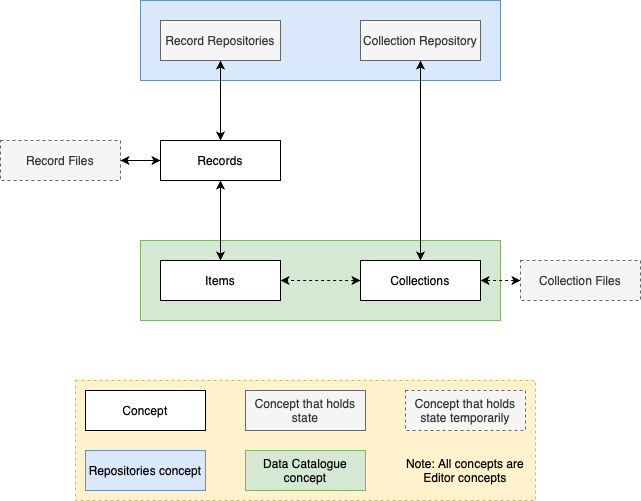
antarctica/lantern keeps this draw.io diagram as docs/assets/diagrams/concepts.png. Above is the earlier version. Source tidied: cells renumbered, new cells last; positions are measured from the earlier drawing's top-left corner, leaving out a move shared by most shapes.
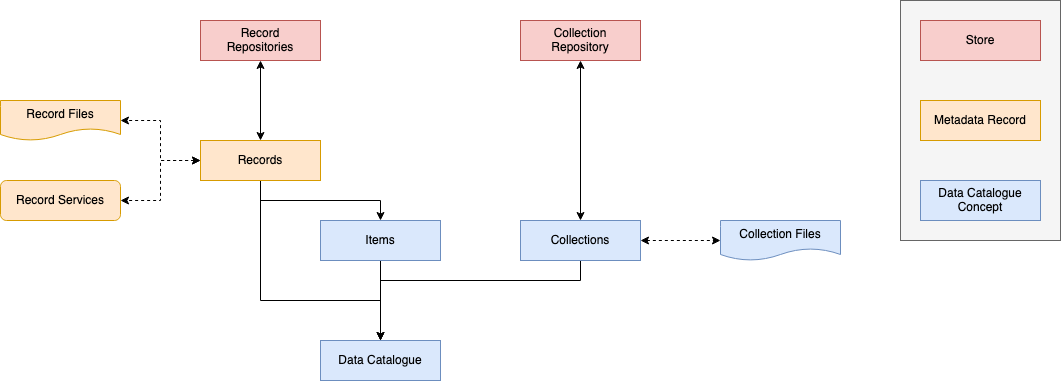
Above is the later version.

The edit, as a diff of the source:
```diff
@@ -2,71 +2,81 @@
   <root>
     <mxCell id="0" />
     <mxCell id="1" parent="0" />
-    <mxCell id="2" style="rounded=0;whiteSpace=wrap;html=1;dashed=1;strokeWidth=1;fillColor=#fff2cc;fontSize=18;align=left;strokeColor=#d6b656;" parent="1" vertex="1">
-      <mxGeometry x="75" y="380" width="460" height="120" as="geometry" />
-    </mxCell>
-    <mxCell id="3" style="rounded=0;whiteSpace=wrap;html=1;fillColor=#dae8fc;strokeColor=#6c8ebf;" parent="1" vertex="1">
-      <mxGeometry x="140" width="360" height="80" as="geometry" />
-    </mxCell>
-    <mxCell id="4" style="rounded=0;whiteSpace=wrap;html=1;fillColor=#d5e8d4;strokeColor=#82b366;" parent="1" vertex="1">
-      <mxGeometry x="140" y="240" width="360" height="80" as="geometry" />
-    </mxCell>
+    <mxCell id="24" style="rounded=0;whiteSpace=wrap;html=1;fillColor=#f5f5f5;fontColor=#333333;strokeColor=#666666;" parent="1" vertex="1">
+      <mxGeometry x="860" y="-560" width="160" height="240" as="geometry" />
+    </mxCell>
+    <mxCell id="25" style="edgeStyle=orthogonalEdgeStyle;rounded=0;jettySize=auto;html=1;exitX=0.5;exitY=1;exitDx=0;exitDy=0;entryX=0.5;entryY=0;entryDx=0;entryDy=0;" parent="1" edge="1" source="8" target="30">
+      <mxGeometry relative="1" as="geometry" />
+    </mxCell>
+    <mxCell id="8" value="&lt;div&gt;Items&lt;br&gt;&lt;/div&gt;" style="rounded=0;whiteSpace=wrap;html=1;fillColor=#dae8fc;strokeColor=#6c8ebf;" parent="1" vertex="1">
+      <mxGeometry x="280" y="-340" width="120" height="40" as="geometry" />
+    </mxCell>
+    <mxCell id="26" style="edgeStyle=orthogonalEdgeStyle;rounded=0;jettySize=auto;html=1;exitX=0.5;exitY=1;exitDx=0;exitDy=0;entryX=0.5;entryY=0;entryDx=0;entryDy=0;" parent="1" edge="1" source="10" target="30">
+      <mxGeometry relative="1" as="geometry">
+        <Array as="points">
+          <mxPoint x="540" y="-280" />
+          <mxPoint x="340" y="-280" />
+        </Array>
+      </mxGeometry>
+    </mxCell>
+    <mxCell id="27" style="edgeStyle=orthogonalEdgeStyle;rounded=0;jettySize=auto;html=1;exitX=1;exitY=0.5;exitDx=0;exitDy=0;dashed=1;startArrow=classic;startFill=1;entryX=0;entryY=0.5;entryDx=0;entryDy=0;" parent="1" edge="1" source="10" target="23">
+      <mxGeometry relative="1" as="geometry" />
+    </mxCell>
+    <mxCell id="10" value="Collections" style="rounded=0;whiteSpace=wrap;html=1;fillColor=#dae8fc;strokeColor=#6c8ebf;" parent="1" vertex="1">
+      <mxGeometry x="480" y="-340" width="120" height="40" as="geometry" />
+    </mxCell>
+    <mxCell id="6" style="edgeStyle=orthogonalEdgeStyle;rounded=0;jettySize=auto;html=1;exitX=0.5;exitY=1;exitDx=0;exitDy=0;entryX=0.5;entryY=0;entryDx=0;entryDy=0;" parent="1" edge="1" source="7" target="8">
+      <mxGeometry relative="1" as="geometry" />
+    </mxCell>
+    <mxCell id="28" style="edgeStyle=orthogonalEdgeStyle;rounded=0;jettySize=auto;html=1;exitX=0.5;exitY=1;exitDx=0;exitDy=0;entryX=0.5;entryY=0;entryDx=0;entryDy=0;" parent="1" edge="1" source="7" target="30">
+      <mxGeometry relative="1" as="geometry">
+        <Array as="points">
+          <mxPoint x="220" y="-260" />
+          <mxPoint x="340" y="-260" />
+        </Array>
+      </mxGeometry>
+    </mxCell>
-    <mxCell id="5" style="edgeStyle=orthogonalEdgeStyle;rounded=0;jettySize=auto;html=1;exitX=0;exitY=0.5;exitDx=0;exitDy=0;entryX=1;entryY=0.5;entryDx=0;entryDy=0;startArrow=classic;startFill=1;" parent="1" edge="1" source="7" target="11">
+    <mxCell id="5" style="edgeStyle=orthogonalEdgeStyle;rounded=0;jettySize=auto;html=1;exitX=0;exitY=0.5;exitDx=0;exitDy=0;entryX=1;entryY=0.5;entryDx=0;entryDy=0;dashed=1;startArrow=classic;startFill=1;" parent="1" edge="1" source="7" target="11">
       <mxGeometry relative="1" as="geometry" />
     </mxCell>
-    <mxCell id="6" style="edgeStyle=orthogonalEdgeStyle;rounded=0;jettySize=auto;html=1;exitX=0.5;exitY=1;exitDx=0;exitDy=0;entryX=0.5;entryY=0;entryDx=0;entryDy=0;startArrow=classic;startFill=1;" parent="1" edge="1" source="7" target="8">
-      <mxGeometry relative="1" as="geometry" />
-    </mxCell>
+    <mxCell id="29" style="edgeStyle=orthogonalEdgeStyle;rounded=0;jettySize=auto;html=1;exitX=0;exitY=0.5;exitDx=0;exitDy=0;entryX=1;entryY=0.5;entryDx=0;entryDy=0;startArrow=classic;startFill=1;dashed=1;" parent="1" edge="1" source="7" target="31">
+      <mxGeometry relative="1" as="geometry" />
+    </mxCell>
-    <mxCell id="7" value="Records" style="rounded=0;whiteSpace=wrap;html=1;" parent="1" vertex="1">
-      <mxGeometry x="160" y="140" width="120" height="40" as="geometry" />
+    <mxCell id="7" value="&lt;div&gt;Records&lt;/div&gt;" style="rounded=0;whiteSpace=wrap;html=1;fillColor=#ffe6cc;strokeColor=#d79b00;" parent="1" vertex="1">
+      <mxGeometry x="160" y="-420" width="120" height="40" as="geometry" />
     </mxCell>
-    <mxCell id="8" value="Items" style="rounded=0;whiteSpace=wrap;html=1;" parent="1" vertex="1">
-      <mxGeometry x="160" y="260" width="120" height="40" as="geometry" />
-    </mxCell>
-    <mxCell id="9" style="edgeStyle=orthogonalEdgeStyle;rounded=0;jettySize=auto;html=1;exitX=0;exitY=0.5;exitDx=0;exitDy=0;entryX=1;entryY=0.5;entryDx=0;entryDy=0;dashed=1;startArrow=classic;startFill=1;fontSize=18;" parent="1" edge="1" source="10" target="8">
-      <mxGeometry relative="1" as="geometry" />
-    </mxCell>
-    <mxCell id="10" value="Collections" style="rounded=0;whiteSpace=wrap;html=1;" parent="1" vertex="1">
-      <mxGeometry x="360" y="260" width="120" height="40" as="geometry" />
-    </mxCell>
-    <mxCell id="11" value="Record Files" style="rounded=0;whiteSpace=wrap;html=1;fillColor=#f5f5f5;strokeColor=#666666;fontColor=#333333;dashed=1;" parent="1" vertex="1">
-      <mxGeometry y="140" width="120" height="40" as="geometry" />
-    </mxCell>
     <mxCell id="12" style="edgeStyle=orthogonalEdgeStyle;rounded=0;jettySize=auto;html=1;exitX=0.5;exitY=1;exitDx=0;exitDy=0;entryX=0.5;entryY=0;entryDx=0;entryDy=0;startArrow=classic;startFill=1;" parent="1" edge="1" source="13" target="7">
       <mxGeometry relative="1" as="geometry" />
     </mxCell>
-    <mxCell id="13" value="Record Repositories" style="rounded=0;whiteSpace=wrap;html=1;fillColor=#f5f5f5;strokeColor=#666666;fontColor=#333333;strokeWidth=1;" parent="1" vertex="1">
-      <mxGeometry x="160" y="20" width="120" height="40" as="geometry" />
+    <mxCell id="13" value="&lt;div&gt;Record &lt;br&gt;&lt;/div&gt;&lt;div&gt;Repositories&lt;br&gt;&lt;/div&gt;" style="rounded=0;whiteSpace=wrap;html=1;fillColor=#f8cecc;strokeColor=#b85450;" parent="1" vertex="1">
+      <mxGeometry x="160" y="-540" width="120" height="40" as="geometry" />
     </mxCell>
     <mxCell id="14" style="edgeStyle=orthogonalEdgeStyle;rounded=0;jettySize=auto;html=1;exitX=0.5;exitY=1;exitDx=0;exitDy=0;entryX=0.5;entryY=0;entryDx=0;entryDy=0;startArrow=classic;startFill=1;" parent="1" edge="1" source="15" target="10">
       <mxGeometry relative="1" as="geometry" />
     </mxCell>
-    <mxCell id="15" value="Collection Repository" style="rounded=0;whiteSpace=wrap;html=1;fillColor=#f5f5f5;strokeColor=#666666;fontColor=#333333;" parent="1" vertex="1">
-      <mxGeometry x="360" y="20" width="120" height="40" as="geometry" />
+    <mxCell id="15" value="&lt;div&gt;Collection &lt;br&gt;&lt;/div&gt;&lt;div&gt;Repository&lt;/div&gt;" style="rounded=0;whiteSpace=wrap;html=1;fillColor=#f8cecc;strokeColor=#b85450;" parent="1" vertex="1">
+      <mxGeometry x="480" y="-540" width="120" height="40" as="geometry" />
     </mxCell>
-    <mxCell id="16" value="Concept" style="rounded=0;whiteSpace=wrap;html=1;" parent="1" vertex="1">
-      <mxGeometry x="85" y="390" width="120" height="40" as="geometry" />
-    </mxCell>
-    <mxCell id="17" value="Repositories concept" style="rounded=0;whiteSpace=wrap;html=1;fillColor=#dae8fc;strokeColor=#6c8ebf;" parent="1" vertex="1">
-      <mxGeometry x="85" y="450" width="120" height="40" as="geometry" />
-    </mxCell>
-    <mxCell id="18" value="Concept that holds state" style="rounded=0;whiteSpace=wrap;html=1;fillColor=#f5f5f5;strokeColor=#666666;fontColor=#333333;" parent="1" vertex="1">
-      <mxGeometry x="245" y="390" width="120" height="40" as="geometry" />
-    </mxCell>
-    <mxCell id="19" value="Concept that holds state temporarily" style="rounded=0;whiteSpace=wrap;html=1;fillColor=#f5f5f5;strokeColor=#666666;fontColor=#333333;dashed=1;" parent="1" vertex="1">
-      <mxGeometry x="405" y="390" width="120" height="40" as="geometry" />
-    </mxCell>
-    <mxCell id="20" value="Data Catalogue concept" style="rounded=0;whiteSpace=wrap;html=1;fillColor=#d5e8d4;strokeColor=#82b366;" parent="1" vertex="1">
-      <mxGeometry x="245" y="450" width="120" height="40" as="geometry" />
-    </mxCell>
-    <mxCell id="21" value="Note: All concepts are Editor concepts" style="rounded=0;whiteSpace=wrap;html=1;strokeColor=none;fillColor=none;" parent="1" vertex="1">
-      <mxGeometry x="405" y="450" width="120" height="40" as="geometry" />
-    </mxCell>
-    <mxCell id="22" style="edgeStyle=orthogonalEdgeStyle;rounded=0;jettySize=auto;html=1;exitX=0;exitY=0.5;exitDx=0;exitDy=0;entryX=1;entryY=0.5;entryDx=0;entryDy=0;dashed=1;startArrow=classic;startFill=1;fontSize=18;" parent="1" edge="1" source="23" target="10">
-      <mxGeometry relative="1" as="geometry" />
-    </mxCell>
+    <mxCell id="30" value="Data Catalogue" style="rounded=0;whiteSpace=wrap;html=1;fillColor=#dae8fc;strokeColor=#6c8ebf;" parent="1" vertex="1">
+      <mxGeometry x="280" y="-220" width="120" height="40" as="geometry" />
+    </mxCell>
+    <mxCell id="11" value="Record Files" style="shape=document;whiteSpace=wrap;html=1;boundedLbl=1;fillColor=#ffe6cc;strokeColor=#d79b00;" parent="1" vertex="1">
+      <mxGeometry x="-40" y="-460" width="120" height="40" as="geometry" />
+    </mxCell>
-    <mxCell id="23" value="Collection Files" style="rounded=0;whiteSpace=wrap;html=1;fillColor=#f5f5f5;strokeColor=#666666;fontColor=#333333;dashed=1;" parent="1" vertex="1">
-      <mxGeometry x="520" y="260" width="120" height="40" as="geometry" />
+    <mxCell id="23" value="Collection Files" style="shape=document;whiteSpace=wrap;html=1;boundedLbl=1;fillColor=#dae8fc;strokeColor=#6c8ebf;" parent="1" vertex="1">
+      <mxGeometry x="680" y="-340" width="120" height="40" as="geometry" />
     </mxCell>
+    <mxCell id="31" value="Record Services" style="rounded=1;whiteSpace=wrap;html=1;fillColor=#ffe6cc;strokeColor=#d79b00;" parent="1" vertex="1">
+      <mxGeometry x="-40" y="-380" width="120" height="40" as="geometry" />
+    </mxCell>
+    <mxCell id="32" value="Store" style="rounded=0;whiteSpace=wrap;html=1;fillColor=#f8cecc;strokeColor=#b85450;" parent="1" vertex="1">
+      <mxGeometry x="880" y="-540" width="120" height="40" as="geometry" />
+    </mxCell>
+    <mxCell id="33" value="Metadata Record" style="rounded=0;whiteSpace=wrap;html=1;fillColor=#ffe6cc;strokeColor=#d79b00;" parent="1" vertex="1">
+      <mxGeometry x="880" y="-460" width="120" height="40" as="geometry" />
+    </mxCell>
+    <mxCell id="34" value="Data Catalogue Concept" style="rounded=0;whiteSpace=wrap;html=1;fillColor=#dae8fc;strokeColor=#6c8ebf;" parent="1" vertex="1">
+      <mxGeometry x="880" y="-380" width="120" height="40" as="geometry" />
+    </mxCell>
   </root>
 </mxGraphModel>
```
